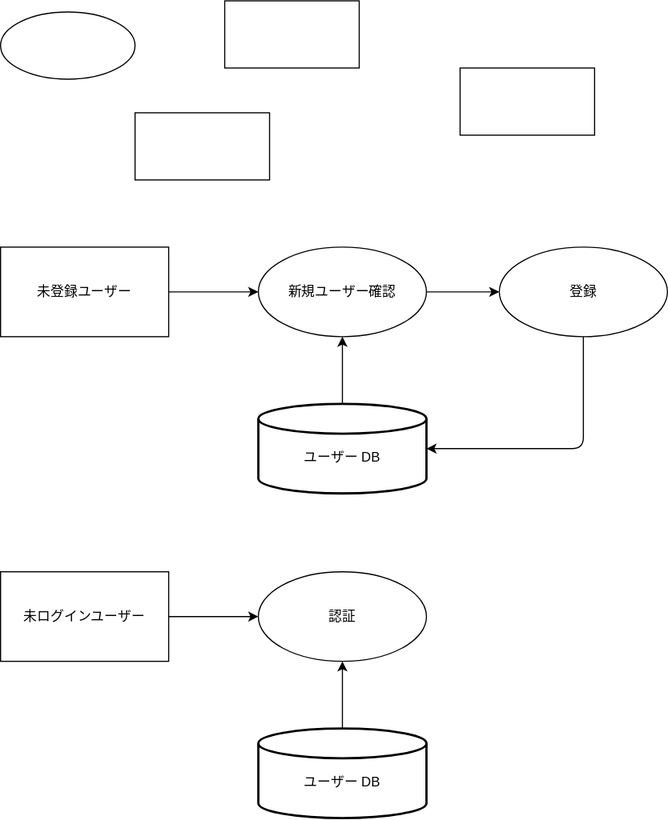
Above: docs/02.Backend/02.DB/dfd.drawio.svg in TUS-OSK/quantum-gomoku (draw.io), before the change. Source tidied: cells renumbered, new cells last; positions are measured from the earlier drawing's top-left corner, leaving out a move shared by most shapes.
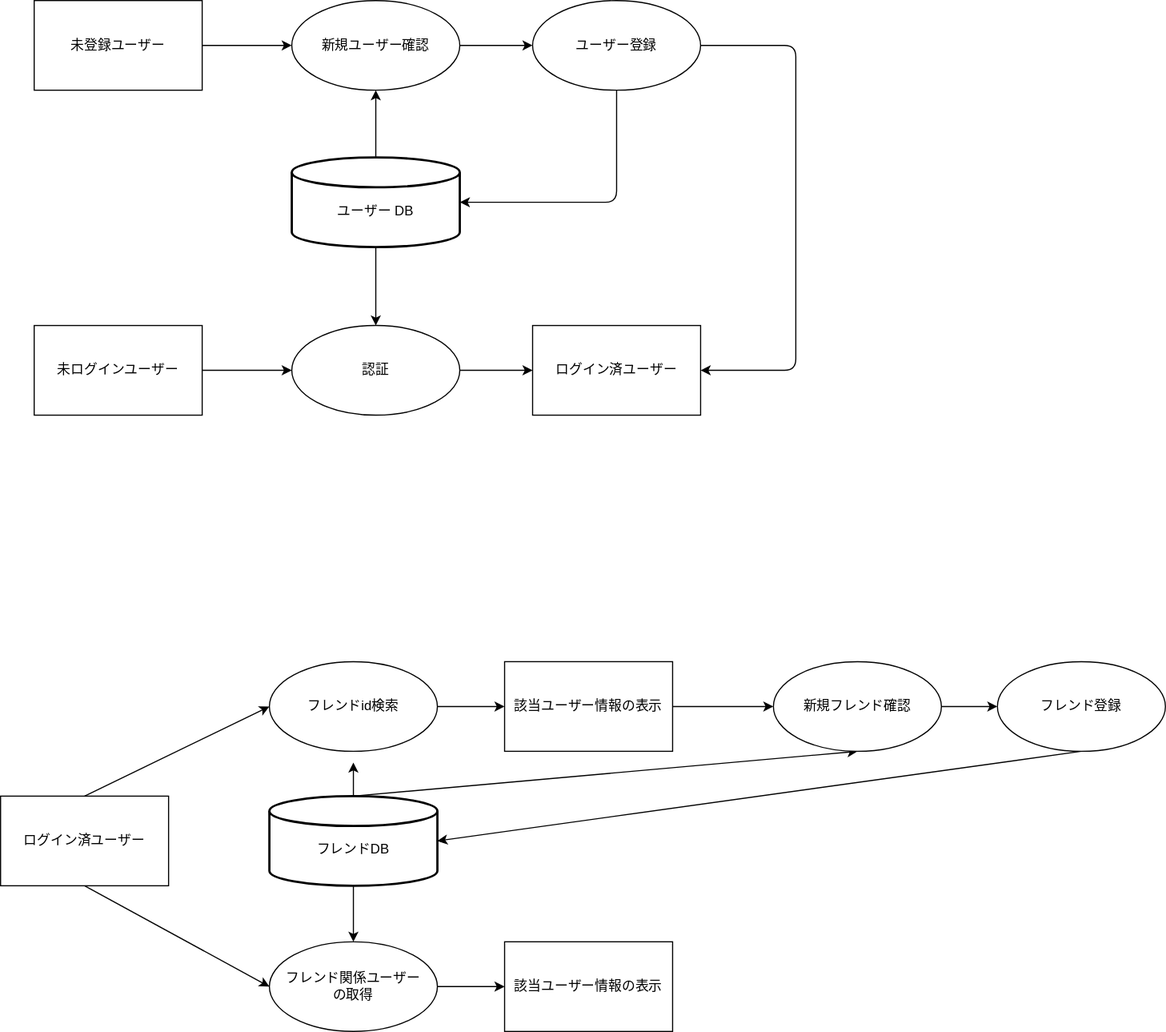
After the commit.

Commit message:
プロセス、外的要因、DSの部分完成

The edit, as a diff of the source:
```diff
@@ -8,18 +8,9 @@
     <mxCell id="3" style="endArrow=classic;html=1;" parent="1" edge="1" source="2" target="10">
       <mxGeometry relative="1" as="geometry" />
     </mxCell>
-    <mxCell id="4" style="rounded=0;whiteSpace=wrap;html=1;" parent="1" vertex="1">
-      <mxGeometry x="120" y="100" width="120" height="60" as="geometry" />
-    </mxCell>
-    <mxCell id="5" style="rounded=0;whiteSpace=wrap;html=1;" parent="1" vertex="1">
-      <mxGeometry x="410" y="60" width="120" height="60" as="geometry" />
-    </mxCell>
-    <mxCell id="6" style="rounded=0;whiteSpace=wrap;html=1;" parent="1" vertex="1">
-      <mxGeometry x="200" width="120" height="60" as="geometry" />
-    </mxCell>
-    <mxCell id="7" style="ellipse;whiteSpace=wrap;html=1;" parent="1" vertex="1">
-      <mxGeometry y="10" width="120" height="60" as="geometry" />
-    </mxCell>
+    <mxCell id="19" style="edgeStyle=none;html=1;exitX=0.5;exitY=1;exitDx=0;exitDy=0;exitPerimeter=0;" parent="1" edge="1" source="8" target="17">
+      <mxGeometry relative="1" as="geometry" />
+    </mxCell>
     <mxCell id="8" value="&lt;br&gt;ユーザー DB" style="strokeWidth=2;html=1;shape=mxgraph.flowchart.database;whiteSpace=wrap;" parent="1" vertex="1">
       <mxGeometry x="230" y="360" width="150" height="80" as="geometry" />
     </mxCell>
@@ -32,7 +23,15 @@
     <mxCell id="11" style="endArrow=classic;html=1;entryX=0.5;entryY=1;entryDx=0;entryDy=0;" parent="1" edge="1" source="8" target="10">
       <mxGeometry relative="1" as="geometry" />
     </mxCell>
+    <mxCell id="20" style="edgeStyle=none;html=1;exitX=1;exitY=0.5;exitDx=0;exitDy=0;entryX=1;entryY=0.5;entryDx=0;entryDy=0;" parent="1" edge="1" source="12" target="22">
+      <mxGeometry relative="1" as="geometry">
+        <Array as="points">
+          <mxPoint x="680" y="260" />
+          <mxPoint x="680" y="550" />
+        </Array>
+      </mxGeometry>
+    </mxCell>
-    <mxCell id="12" value="登録" style="ellipse;whiteSpace=wrap;html=1;" parent="1" vertex="1">
+    <mxCell id="12" value="ユーザー登録" style="ellipse;whiteSpace=wrap;html=1;" parent="1" vertex="1">
       <mxGeometry x="445" y="220" width="150" height="80" as="geometry" />
     </mxCell>
     <mxCell id="13" style="endArrow=classic;html=1;exitX=0.5;exitY=1;exitDx=0;exitDy=0;entryX=1;entryY=0.5;entryDx=0;entryDy=0;entryPerimeter=0;" parent="1" edge="1" source="12" target="8">
@@ -48,14 +47,70 @@
     <mxCell id="15" style="endArrow=classic;html=1;" parent="1" edge="1" source="14" target="17">
       <mxGeometry relative="1" as="geometry" />
     </mxCell>
-    <mxCell id="16" value="&lt;br&gt;ユーザー DB" style="strokeWidth=2;html=1;shape=mxgraph.flowchart.database;whiteSpace=wrap;" parent="1" vertex="1">
-      <mxGeometry x="230" y="650" width="150" height="80" as="geometry" />
-    </mxCell>
+    <mxCell id="21" style="edgeStyle=none;html=1;exitX=1;exitY=0.5;exitDx=0;exitDy=0;entryX=0;entryY=0.5;entryDx=0;entryDy=0;" parent="1" edge="1" source="17" target="22">
+      <mxGeometry relative="1" as="geometry" />
+    </mxCell>
     <mxCell id="17" value="認証" style="ellipse;whiteSpace=wrap;html=1;" parent="1" vertex="1">
       <mxGeometry x="230" y="510" width="150" height="80" as="geometry" />
     </mxCell>
-    <mxCell id="18" style="endArrow=classic;html=1;entryX=0.5;entryY=1;entryDx=0;entryDy=0;" parent="1" edge="1" source="16" target="17">
-      <mxGeometry relative="1" as="geometry" />
-    </mxCell>
+    <mxCell id="22" value="ログイン済ユーザー" style="rounded=0;whiteSpace=wrap;html=1;" parent="1" vertex="1">
+      <mxGeometry x="445" y="510" width="150" height="80" as="geometry" />
+    </mxCell>
+    <mxCell id="23" style="edgeStyle=none;html=1;exitX=0.5;exitY=0;exitDx=0;exitDy=0;entryX=0;entryY=0.5;entryDx=0;entryDy=0;" parent="1" edge="1" source="25" target="27">
+      <mxGeometry relative="1" as="geometry" />
+    </mxCell>
+    <mxCell id="24" style="edgeStyle=none;html=1;exitX=0.5;exitY=1;exitDx=0;exitDy=0;entryX=0;entryY=0.5;entryDx=0;entryDy=0;" parent="1" edge="1" source="25" target="39">
+      <mxGeometry relative="1" as="geometry" />
+    </mxCell>
+    <mxCell id="25" value="ログイン済ユーザー" style="rounded=0;whiteSpace=wrap;html=1;" parent="1" vertex="1">
+      <mxGeometry x="-30" y="930" width="150" height="80" as="geometry" />
+    </mxCell>
+    <mxCell id="26" style="edgeStyle=none;html=1;exitX=1;exitY=0.5;exitDx=0;exitDy=0;" parent="1" edge="1" source="27" target="33">
+      <mxGeometry relative="1" as="geometry" />
+    </mxCell>
+    <mxCell id="27" value="フレンドid検索" style="ellipse;whiteSpace=wrap;html=1;" parent="1" vertex="1">
+      <mxGeometry x="210" y="810" width="150" height="80" as="geometry" />
+    </mxCell>
+    <mxCell id="28" style="edgeStyle=none;html=1;exitX=0.5;exitY=1;exitDx=0;exitDy=0;exitPerimeter=0;" parent="1" edge="1" source="31" target="39">
+      <mxGeometry relative="1" as="geometry" />
+    </mxCell>
+    <mxCell id="29" style="edgeStyle=none;html=1;exitX=0.5;exitY=0;exitDx=0;exitDy=0;exitPerimeter=0;" parent="1" edge="1" source="31">
+      <mxGeometry relative="1" as="geometry">
+        <mxPoint x="285" y="900" as="targetPoint" />
+      </mxGeometry>
+    </mxCell>
+    <mxCell id="30" style="edgeStyle=none;html=1;exitX=0.5;exitY=0;exitDx=0;exitDy=0;exitPerimeter=0;entryX=0.5;entryY=1;entryDx=0;entryDy=0;" parent="1" edge="1" source="31" target="35">
+      <mxGeometry relative="1" as="geometry" />
+    </mxCell>
+    <mxCell id="31" value="&lt;br&gt;フレンドDB" style="strokeWidth=2;html=1;shape=mxgraph.flowchart.database;whiteSpace=wrap;" parent="1" vertex="1">
+      <mxGeometry x="210" y="930" width="150" height="80" as="geometry" />
+    </mxCell>
+    <mxCell id="32" style="edgeStyle=none;html=1;exitX=1;exitY=0.5;exitDx=0;exitDy=0;entryX=0;entryY=0.5;entryDx=0;entryDy=0;" parent="1" edge="1" source="33" target="35">
+      <mxGeometry relative="1" as="geometry" />
+    </mxCell>
+    <mxCell id="33" value="該当ユーザー情報の表示" style="rounded=0;whiteSpace=wrap;html=1;" parent="1" vertex="1">
+      <mxGeometry x="420" y="810" width="150" height="80" as="geometry" />
+    </mxCell>
+    <mxCell id="34" style="edgeStyle=none;html=1;exitX=1;exitY=0.5;exitDx=0;exitDy=0;" parent="1" edge="1" source="35" target="37">
+      <mxGeometry relative="1" as="geometry" />
+    </mxCell>
+    <mxCell id="35" value="新規フレンド確認" style="ellipse;whiteSpace=wrap;html=1;" parent="1" vertex="1">
+      <mxGeometry x="660" y="810" width="150" height="80" as="geometry" />
+    </mxCell>
+    <mxCell id="36" style="edgeStyle=none;html=1;exitX=0.5;exitY=1;exitDx=0;exitDy=0;entryX=1;entryY=0.5;entryDx=0;entryDy=0;entryPerimeter=0;" parent="1" edge="1" source="37" target="31">
+      <mxGeometry relative="1" as="geometry" />
+    </mxCell>
+    <mxCell id="37" value="フレンド登録" style="ellipse;whiteSpace=wrap;html=1;" parent="1" vertex="1">
+      <mxGeometry x="860" y="810" width="150" height="80" as="geometry" />
+    </mxCell>
+    <mxCell id="38" style="edgeStyle=none;html=1;exitX=1;exitY=0.5;exitDx=0;exitDy=0;" parent="1" edge="1" source="39" target="40">
+      <mxGeometry relative="1" as="geometry" />
+    </mxCell>
+    <mxCell id="39" value="フレンド関係ユーザー&lt;br&gt;の取得" style="ellipse;whiteSpace=wrap;html=1;" parent="1" vertex="1">
+      <mxGeometry x="210" y="1060" width="150" height="80" as="geometry" />
+    </mxCell>
+    <mxCell id="40" value="該当ユーザー情報の表示" style="rounded=0;whiteSpace=wrap;html=1;" parent="1" vertex="1">
+      <mxGeometry x="420" y="1060" width="150" height="80" as="geometry" />
+    </mxCell>
   </root>
 </mxGraphModel>
```
